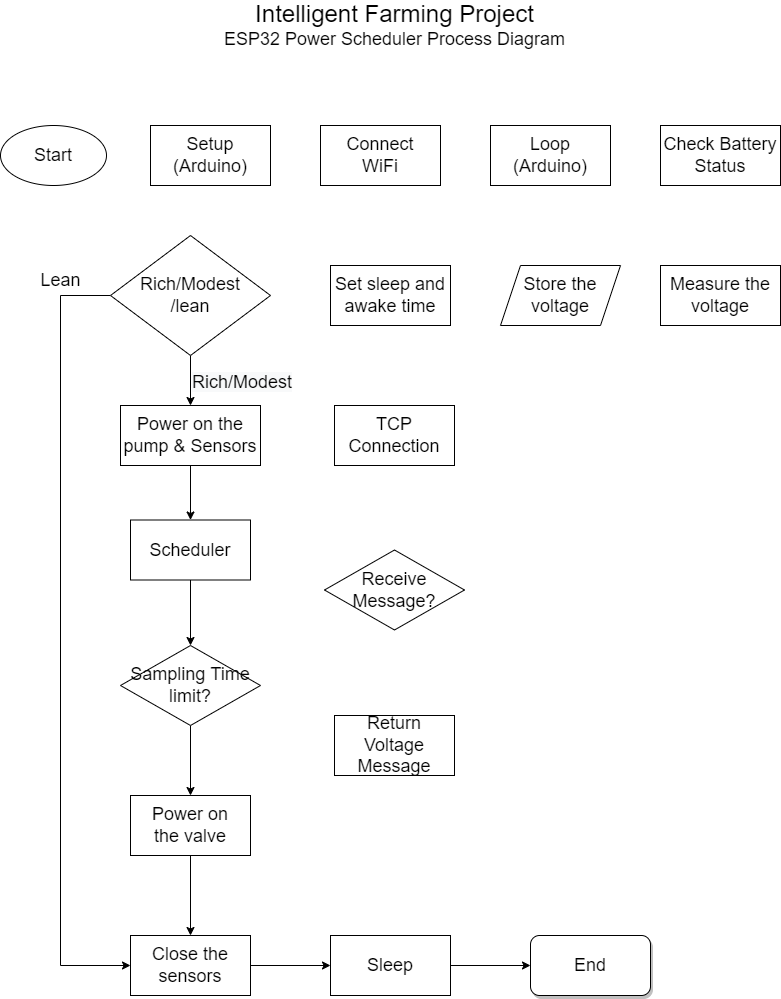
Before: ESP32.drawio.png, a diagram exported from draw.io (De-Li/USV_IntelligentFarming). Source tidied: cells renumbered, new cells last; positions are measured from the earlier drawing's top-left corner, leaving out a move shared by most shapes.
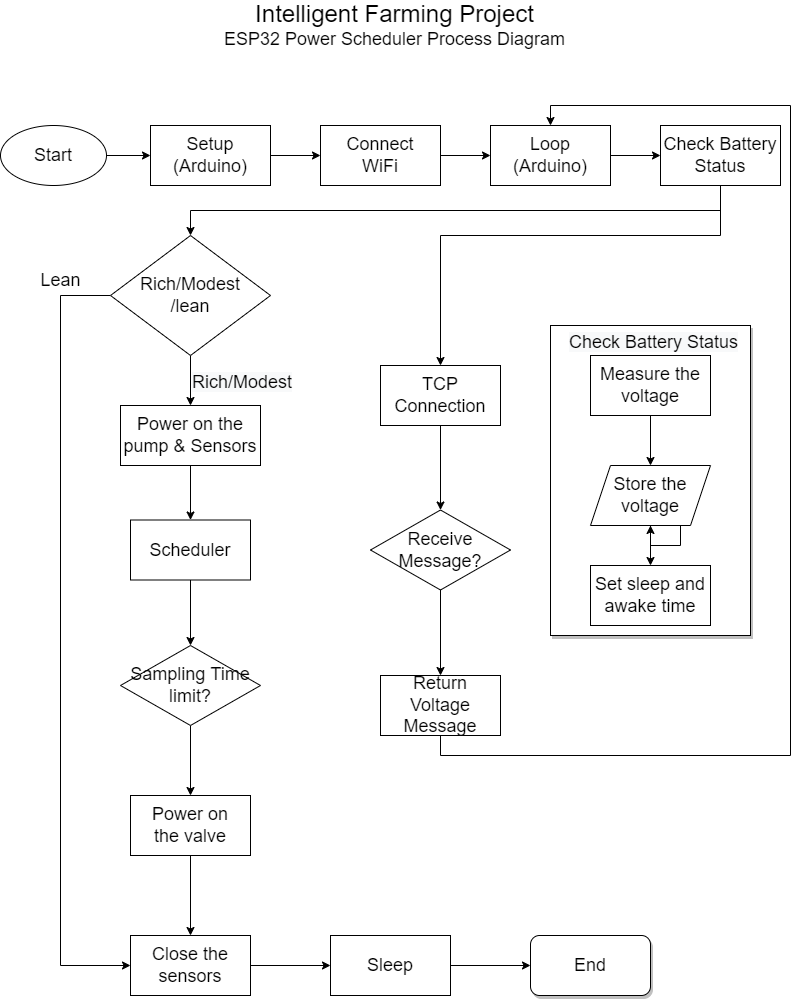
Later version of the same file.

Change to the diagram source:
```diff
@@ -2,21 +2,47 @@
   <root>
     <mxCell id="0" />
     <mxCell id="1" parent="0" />
+    <mxCell id="32" style="rounded=0;whiteSpace=wrap;html=1;shadow=1;fontSize=18;" parent="1" vertex="1">
+      <mxGeometry x="550" y="320" width="200" height="310" as="geometry" />
+    </mxCell>
+    <mxCell id="33" style="edgeStyle=orthogonalEdgeStyle;rounded=0;jettySize=auto;html=1;exitX=1;exitY=0.5;exitDx=0;exitDy=0;entryX=0;entryY=0.5;entryDx=0;entryDy=0;fontSize=18;" parent="1" edge="1" source="2" target="4">
+      <mxGeometry relative="1" as="geometry" />
+    </mxCell>
     <mxCell id="2" value="&lt;font style=&quot;font-size: 18px&quot;&gt;Start&lt;/font&gt;" style="ellipse;whiteSpace=wrap;html=1;" parent="1" vertex="1">
       <mxGeometry y="120" width="106" height="60" as="geometry" />
     </mxCell>
     <mxCell id="3" value="&lt;font style=&quot;font-size: 24px&quot;&gt;Intelligent Farming Project&lt;br&gt;&lt;/font&gt;&lt;font style=&quot;font-size: 18px&quot;&gt;ESP32 Power Scheduler Process Diagram&lt;/font&gt;" style="text;html=1;align=center;verticalAlign=middle;strokeColor=none;fillColor=none;" parent="1" vertex="1">
       <mxGeometry x="214" width="360" height="40" as="geometry" />
     </mxCell>
+    <mxCell id="34" style="edgeStyle=orthogonalEdgeStyle;rounded=0;jettySize=auto;html=1;exitX=1;exitY=0.5;exitDx=0;exitDy=0;entryX=0;entryY=0.5;entryDx=0;entryDy=0;fontSize=18;" parent="1" edge="1" source="4" target="5">
+      <mxGeometry relative="1" as="geometry" />
+    </mxCell>
     <mxCell id="4" value="Setup&lt;br&gt;(Arduino)" style="rounded=0;whiteSpace=wrap;html=1;fontSize=18;" parent="1" vertex="1">
       <mxGeometry x="150" y="120" width="120" height="60" as="geometry" />
     </mxCell>
+    <mxCell id="35" style="edgeStyle=orthogonalEdgeStyle;rounded=0;jettySize=auto;html=1;exitX=1;exitY=0.5;exitDx=0;exitDy=0;entryX=0;entryY=0.5;entryDx=0;entryDy=0;fontSize=18;" parent="1" edge="1" source="5" target="6">
+      <mxGeometry relative="1" as="geometry" />
+    </mxCell>
     <mxCell id="5" value="Connect&lt;br&gt;WiFi" style="rounded=0;whiteSpace=wrap;html=1;fontSize=18;" parent="1" vertex="1">
       <mxGeometry x="320" y="120" width="120" height="60" as="geometry" />
     </mxCell>
+    <mxCell id="36" style="edgeStyle=orthogonalEdgeStyle;rounded=0;jettySize=auto;html=1;exitX=1;exitY=0.5;exitDx=0;exitDy=0;entryX=0;entryY=0.5;entryDx=0;entryDy=0;fontSize=18;" parent="1" edge="1" source="6" target="7">
+      <mxGeometry relative="1" as="geometry" />
+    </mxCell>
     <mxCell id="6" value="Loop&lt;br&gt;(Arduino)" style="rounded=0;whiteSpace=wrap;html=1;fontSize=18;" parent="1" vertex="1">
       <mxGeometry x="490" y="120" width="120" height="60" as="geometry" />
     </mxCell>
+    <mxCell id="37" style="edgeStyle=orthogonalEdgeStyle;rounded=0;jettySize=auto;html=1;exitX=0.5;exitY=1;exitDx=0;exitDy=0;fontSize=18;" parent="1" edge="1" source="7" target="10">
+      <mxGeometry relative="1" as="geometry" />
+    </mxCell>
+    <mxCell id="38" style="edgeStyle=orthogonalEdgeStyle;rounded=0;jettySize=auto;html=1;exitX=0.5;exitY=1;exitDx=0;exitDy=0;fontSize=18;" parent="1" edge="1" source="7" target="24">
+      <mxGeometry relative="1" as="geometry">
+        <Array as="points">
+          <mxPoint x="720" y="230" />
+          <mxPoint x="440" y="230" />
+        </Array>
+      </mxGeometry>
+    </mxCell>
     <mxCell id="7" value="Check Battery Status" style="rounded=0;whiteSpace=wrap;html=1;fontSize=18;" parent="1" vertex="1">
       <mxGeometry x="660" y="120" width="120" height="60" as="geometry" />
     </mxCell>
@@ -35,7 +61,7 @@
       <mxGeometry x="110" y="230" width="160" height="120" as="geometry" />
     </mxCell>
     <mxCell id="11" value="Set sleep and awake time" style="rounded=0;whiteSpace=wrap;html=1;fontSize=18;" parent="1" vertex="1">
-      <mxGeometry x="330" y="260" width="120" height="60" as="geometry" />
+      <mxGeometry x="590" y="560" width="120" height="60" as="geometry" />
     </mxCell>
     <mxCell id="12" style="edgeStyle=orthogonalEdgeStyle;rounded=0;jettySize=auto;html=1;exitX=0.5;exitY=1;exitDx=0;exitDy=0;entryX=0.5;entryY=0;entryDx=0;entryDy=0;fontSize=18;" parent="1" edge="1" source="13" target="17">
       <mxGeometry relative="1" as="geometry" />
@@ -67,17 +93,29 @@
     <mxCell id="21" value="Lean" style="text;html=1;align=center;verticalAlign=middle;strokeColor=none;fillColor=none;fontSize=18;" parent="1" vertex="1">
       <mxGeometry x="30" y="260" width="60" height="30" as="geometry" />
     </mxCell>
+    <mxCell id="39" style="edgeStyle=orthogonalEdgeStyle;rounded=0;jettySize=auto;html=1;fontSize=18;" parent="1" edge="1" source="22" target="23">
+      <mxGeometry relative="1" as="geometry" />
+    </mxCell>
     <mxCell id="22" value="Measure the voltage" style="rounded=0;whiteSpace=wrap;html=1;fontSize=18;" parent="1" vertex="1">
-      <mxGeometry x="660" y="260" width="120" height="60" as="geometry" />
+      <mxGeometry x="590" y="350" width="120" height="60" as="geometry" />
     </mxCell>
+    <mxCell id="40" style="edgeStyle=orthogonalEdgeStyle;rounded=0;jettySize=auto;html=1;exitX=0.5;exitY=1;exitDx=0;exitDy=0;fontSize=18;" parent="1" edge="1" source="23" target="11">
+      <mxGeometry relative="1" as="geometry" />
+    </mxCell>
     <mxCell id="23" value="Store the voltage" style="shape=parallelogram;perimeter=parallelogramPerimeter;whiteSpace=wrap;html=1;fixedSize=1;fontSize=18;" parent="1" vertex="1">
-      <mxGeometry x="500" y="260" width="120" height="60" as="geometry" />
+      <mxGeometry x="590" y="460" width="120" height="60" as="geometry" />
     </mxCell>
+    <mxCell id="41" style="edgeStyle=orthogonalEdgeStyle;rounded=0;jettySize=auto;html=1;exitX=0.5;exitY=1;exitDx=0;exitDy=0;entryX=0.5;entryY=0;entryDx=0;entryDy=0;fontSize=18;" parent="1" edge="1" source="24" target="25">
+      <mxGeometry relative="1" as="geometry" />
+    </mxCell>
     <mxCell id="24" value="TCP Connection" style="rounded=0;whiteSpace=wrap;html=1;fontSize=18;" parent="1" vertex="1">
-      <mxGeometry x="334" y="400" width="120" height="60" as="geometry" />
+      <mxGeometry x="380" y="360" width="120" height="60" as="geometry" />
     </mxCell>
+    <mxCell id="42" style="edgeStyle=orthogonalEdgeStyle;rounded=0;jettySize=auto;html=1;exitX=0.5;exitY=1;exitDx=0;exitDy=0;fontSize=18;" parent="1" edge="1" source="25" target="28">
+      <mxGeometry relative="1" as="geometry" />
+    </mxCell>
     <mxCell id="25" value="Receive Message?" style="rhombus;whiteSpace=wrap;html=1;fontSize=18;" parent="1" vertex="1">
-      <mxGeometry x="324" y="544.5" width="140" height="80" as="geometry" />
+      <mxGeometry x="370" y="504.5" width="140" height="80" as="geometry" />
     </mxCell>
     <mxCell id="26" style="edgeStyle=orthogonalEdgeStyle;rounded=0;jettySize=auto;html=1;exitX=0.5;exitY=1;exitDx=0;exitDy=0;entryX=0.5;entryY=0;entryDx=0;entryDy=0;fontSize=18;" parent="1" edge="1" source="27" target="19">
       <mxGeometry relative="1" as="geometry" />
@@ -85,8 +123,18 @@
     <mxCell id="27" value="Power on the&amp;nbsp;valve" style="rounded=0;whiteSpace=wrap;html=1;fontSize=18;" parent="1" vertex="1">
       <mxGeometry x="130" y="790" width="120" height="60" as="geometry" />
     </mxCell>
+    <mxCell id="43" style="edgeStyle=orthogonalEdgeStyle;rounded=0;jettySize=auto;html=1;exitX=0.5;exitY=1;exitDx=0;exitDy=0;entryX=0.5;entryY=0;entryDx=0;entryDy=0;fontSize=18;" parent="1" edge="1" source="28" target="6">
+      <mxGeometry relative="1" as="geometry">
+        <Array as="points">
+          <mxPoint x="440" y="750" />
+          <mxPoint x="790" y="750" />
+          <mxPoint x="790" y="100" />
+          <mxPoint x="550" y="100" />
+        </Array>
+      </mxGeometry>
+    </mxCell>
     <mxCell id="28" value="Return Voltage Message" style="rounded=0;whiteSpace=wrap;html=1;fontSize=18;" parent="1" vertex="1">
-      <mxGeometry x="334" y="710" width="120" height="60" as="geometry" />
+      <mxGeometry x="380" y="670" width="120" height="60" as="geometry" />
     </mxCell>
     <mxCell id="29" style="edgeStyle=orthogonalEdgeStyle;rounded=0;jettySize=auto;html=1;exitX=1;exitY=0.5;exitDx=0;exitDy=0;entryX=0;entryY=0.5;entryDx=0;entryDy=0;fontSize=18;" parent="1" edge="1" source="30" target="31">
       <mxGeometry relative="1" as="geometry" />
@@ -97,5 +145,11 @@
     <mxCell id="31" value="End" style="rounded=1;whiteSpace=wrap;html=1;shadow=1;fontSize=18;" parent="1" vertex="1">
       <mxGeometry x="530" y="930" width="120" height="60" as="geometry" />
     </mxCell>
+    <mxCell id="44" value="&lt;span style=&quot;color: rgb(0, 0, 0); font-family: helvetica; font-size: 18px; font-style: normal; font-weight: 400; letter-spacing: normal; text-align: center; text-indent: 0px; text-transform: none; word-spacing: 0px; background-color: rgb(248, 249, 250); display: inline; float: none;&quot;&gt;Check Battery Status&lt;/span&gt;" style="text;whiteSpace=wrap;html=1;fontSize=18;" parent="1" vertex="1">
+      <mxGeometry x="567" y="320" width="190" height="40" as="geometry" />
+    </mxCell>
+    <mxCell id="45" style="edgeStyle=orthogonalEdgeStyle;rounded=0;orthogonalLoop=1;jettySize=auto;html=1;exitX=0.75;exitY=1;exitDx=0;exitDy=0;fontSize=18;" parent="1" edge="1" source="23" target="23">
+      <mxGeometry relative="1" as="geometry" />
+    </mxCell>
   </root>
 </mxGraphModel>
```
